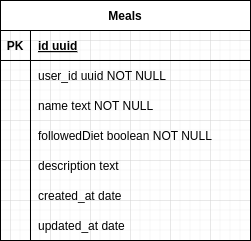
Above: daily-diet-api-db-model.png in raphaeljcm/daily-diet-api-nodejs (draw.io), before the change. Source tidied: cells renumbered, new cells last; positions are measured from the earlier drawing's top-left corner, leaving out a move shared by most shapes. Its diagram source:
```xml
<mxGraphModel>
  <root>
    <mxCell id="0" />
    <mxCell id="1" parent="0" />
    <mxCell id="2" value="Meals" style="shape=table;startSize=30;rowLines=0;fontStyle=1;align=center;" parent="1" vertex="1">
      <mxGeometry width="250" height="240" as="geometry" />
    </mxCell>
    <mxCell id="3" style="shape=partialRectangle;fillColor=none;top=0;left=0;right=0;bottom=1;" parent="2" vertex="1">
      <mxGeometry y="30" width="250" height="30" as="geometry" />
    </mxCell>
    <mxCell id="4" value="PK" style="shape=partialRectangle;overflow=hidden;fillColor=none;top=0;left=0;bottom=0;right=0;fontStyle=1;" parent="3" vertex="1">
      <mxGeometry width="30" height="30" as="geometry" />
    </mxCell>
    <mxCell id="5" value="id uuid" style="shape=partialRectangle;overflow=hidden;fillColor=none;top=0;left=0;bottom=0;right=0;align=left;spacingLeft=6;fontStyle=5;" parent="3" vertex="1">
      <mxGeometry x="30" width="220" height="30" as="geometry" />
    </mxCell>
    <mxCell id="6" style="shape=partialRectangle;fillColor=none;top=0;left=0;right=0;bottom=0;" parent="2" vertex="1">
      <mxGeometry y="60" width="250" height="30" as="geometry" />
    </mxCell>
    <mxCell id="7" style="shape=partialRectangle;overflow=hidden;fillColor=none;top=0;left=0;bottom=0;right=0;" parent="6" vertex="1">
      <mxGeometry width="30" height="30" as="geometry" />
    </mxCell>
    <mxCell id="8" value="user_id uuid NOT NULL" style="shape=partialRectangle;overflow=hidden;fillColor=none;top=0;left=0;bottom=0;right=0;align=left;spacingLeft=6;" parent="6" vertex="1">
      <mxGeometry x="30" width="220" height="30" as="geometry" />
    </mxCell>
    <mxCell id="9" style="shape=partialRectangle;fillColor=none;top=0;left=0;right=0;bottom=0;" parent="2" vertex="1">
      <mxGeometry y="90" width="250" height="30" as="geometry" />
    </mxCell>
    <mxCell id="10" style="shape=partialRectangle;overflow=hidden;fillColor=none;top=0;left=0;bottom=0;right=0;" parent="9" vertex="1">
      <mxGeometry width="30" height="30" as="geometry" />
    </mxCell>
    <mxCell id="11" value="name text NOT NULL" style="shape=partialRectangle;overflow=hidden;fillColor=none;top=0;left=0;bottom=0;right=0;align=left;spacingLeft=6;" parent="9" vertex="1">
      <mxGeometry x="30" width="220" height="30" as="geometry" />
    </mxCell>
    <mxCell id="12" style="shape=partialRectangle;fillColor=none;top=0;left=0;right=0;bottom=0;" parent="2" vertex="1">
      <mxGeometry y="120" width="250" height="30" as="geometry" />
    </mxCell>
    <mxCell id="13" style="shape=partialRectangle;overflow=hidden;fillColor=none;top=0;left=0;bottom=0;right=0;" parent="12" vertex="1">
      <mxGeometry width="30" height="30" as="geometry" />
    </mxCell>
    <mxCell id="14" value="followedDiet boolean NOT NULL" style="shape=partialRectangle;overflow=hidden;fillColor=none;top=0;left=0;bottom=0;right=0;align=left;spacingLeft=6;" parent="12" vertex="1">
      <mxGeometry x="30" width="220" height="30" as="geometry" />
    </mxCell>
    <mxCell id="15" style="shape=partialRectangle;fillColor=none;top=0;left=0;right=0;bottom=0;" parent="2" vertex="1">
      <mxGeometry y="150" width="250" height="30" as="geometry" />
    </mxCell>
    <mxCell id="16" style="shape=partialRectangle;overflow=hidden;fillColor=none;top=0;left=0;bottom=0;right=0;" parent="15" vertex="1">
      <mxGeometry width="30" height="30" as="geometry" />
    </mxCell>
    <mxCell id="17" value="description text" style="shape=partialRectangle;overflow=hidden;fillColor=none;top=0;left=0;bottom=0;right=0;align=left;spacingLeft=6;" parent="15" vertex="1">
      <mxGeometry x="30" width="220" height="30" as="geometry" />
    </mxCell>
    <mxCell id="18" style="shape=partialRectangle;fillColor=none;top=0;left=0;right=0;bottom=0;" parent="2" vertex="1">
      <mxGeometry y="180" width="250" height="30" as="geometry" />
    </mxCell>
    <mxCell id="19" style="shape=partialRectangle;overflow=hidden;fillColor=none;top=0;left=0;bottom=0;right=0;" parent="18" vertex="1">
      <mxGeometry width="30" height="30" as="geometry" />
    </mxCell>
    <mxCell id="20" value="created_at date" style="shape=partialRectangle;overflow=hidden;fillColor=none;top=0;left=0;bottom=0;right=0;align=left;spacingLeft=6;" parent="18" vertex="1">
      <mxGeometry x="30" width="220" height="30" as="geometry" />
    </mxCell>
    <mxCell id="21" style="shape=partialRectangle;fillColor=none;top=0;left=0;right=0;bottom=0;" parent="2" vertex="1">
      <mxGeometry y="210" width="250" height="30" as="geometry" />
    </mxCell>
    <mxCell id="22" style="shape=partialRectangle;overflow=hidden;fillColor=none;top=0;left=0;bottom=0;right=0;" parent="21" vertex="1">
      <mxGeometry width="30" height="30" as="geometry" />
    </mxCell>
    <mxCell id="23" value="updated_at date" style="shape=partialRectangle;overflow=hidden;fillColor=none;top=0;left=0;bottom=0;right=0;align=left;spacingLeft=6;" parent="21" vertex="1">
      <mxGeometry x="30" width="220" height="30" as="geometry" />
    </mxCell>
  </root>
</mxGraphModel>
```
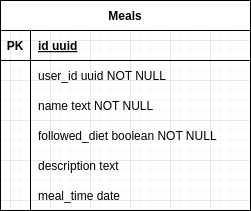
The same file after the commit.

Commit message:
feat: update database modeling

Diff of the diagram source:
```diff
@@ -3,7 +3,7 @@
     <mxCell id="0" />
     <mxCell id="1" parent="0" />
     <mxCell id="2" value="Meals" style="shape=table;startSize=30;rowLines=0;fontStyle=1;align=center;" parent="1" vertex="1">
-      <mxGeometry width="250" height="240" as="geometry" />
+      <mxGeometry width="250" height="210" as="geometry" />
     </mxCell>
     <mxCell id="3" style="shape=partialRectangle;fillColor=none;top=0;left=0;right=0;bottom=1;" parent="2" vertex="1">
       <mxGeometry y="30" width="250" height="30" as="geometry" />
@@ -38,7 +38,7 @@
     <mxCell id="13" style="shape=partialRectangle;overflow=hidden;fillColor=none;top=0;left=0;bottom=0;right=0;" parent="12" vertex="1">
       <mxGeometry width="30" height="30" as="geometry" />
     </mxCell>
-    <mxCell id="14" value="followedDiet boolean NOT NULL" style="shape=partialRectangle;overflow=hidden;fillColor=none;top=0;left=0;bottom=0;right=0;align=left;spacingLeft=6;" parent="12" vertex="1">
+    <mxCell id="14" value="followed_diet boolean NOT NULL" style="shape=partialRectangle;overflow=hidden;fillColor=none;top=0;left=0;bottom=0;right=0;align=left;spacingLeft=6;" parent="12" vertex="1">
       <mxGeometry x="30" width="220" height="30" as="geometry" />
     </mxCell>
     <mxCell id="15" style="shape=partialRectangle;fillColor=none;top=0;left=0;right=0;bottom=0;" parent="2" vertex="1">
@@ -56,17 +56,8 @@
     <mxCell id="19" style="shape=partialRectangle;overflow=hidden;fillColor=none;top=0;left=0;bottom=0;right=0;" parent="18" vertex="1">
       <mxGeometry width="30" height="30" as="geometry" />
     </mxCell>
-    <mxCell id="20" value="created_at date" style="shape=partialRectangle;overflow=hidden;fillColor=none;top=0;left=0;bottom=0;right=0;align=left;spacingLeft=6;" parent="18" vertex="1">
+    <mxCell id="20" value="meal_time date" style="shape=partialRectangle;overflow=hidden;fillColor=none;top=0;left=0;bottom=0;right=0;align=left;spacingLeft=6;" parent="18" vertex="1">
       <mxGeometry x="30" width="220" height="30" as="geometry" />
     </mxCell>
-    <mxCell id="21" style="shape=partialRectangle;fillColor=none;top=0;left=0;right=0;bottom=0;" parent="2" vertex="1">
-      <mxGeometry y="210" width="250" height="30" as="geometry" />
-    </mxCell>
-    <mxCell id="22" style="shape=partialRectangle;overflow=hidden;fillColor=none;top=0;left=0;bottom=0;right=0;" parent="21" vertex="1">
-      <mxGeometry width="30" height="30" as="geometry" />
-    </mxCell>
-    <mxCell id="23" value="updated_at date" style="shape=partialRectangle;overflow=hidden;fillColor=none;top=0;left=0;bottom=0;right=0;align=left;spacingLeft=6;" parent="21" vertex="1">
-      <mxGeometry x="30" width="220" height="30" as="geometry" />
-    </mxCell>
   </root>
 </mxGraphModel>
```
